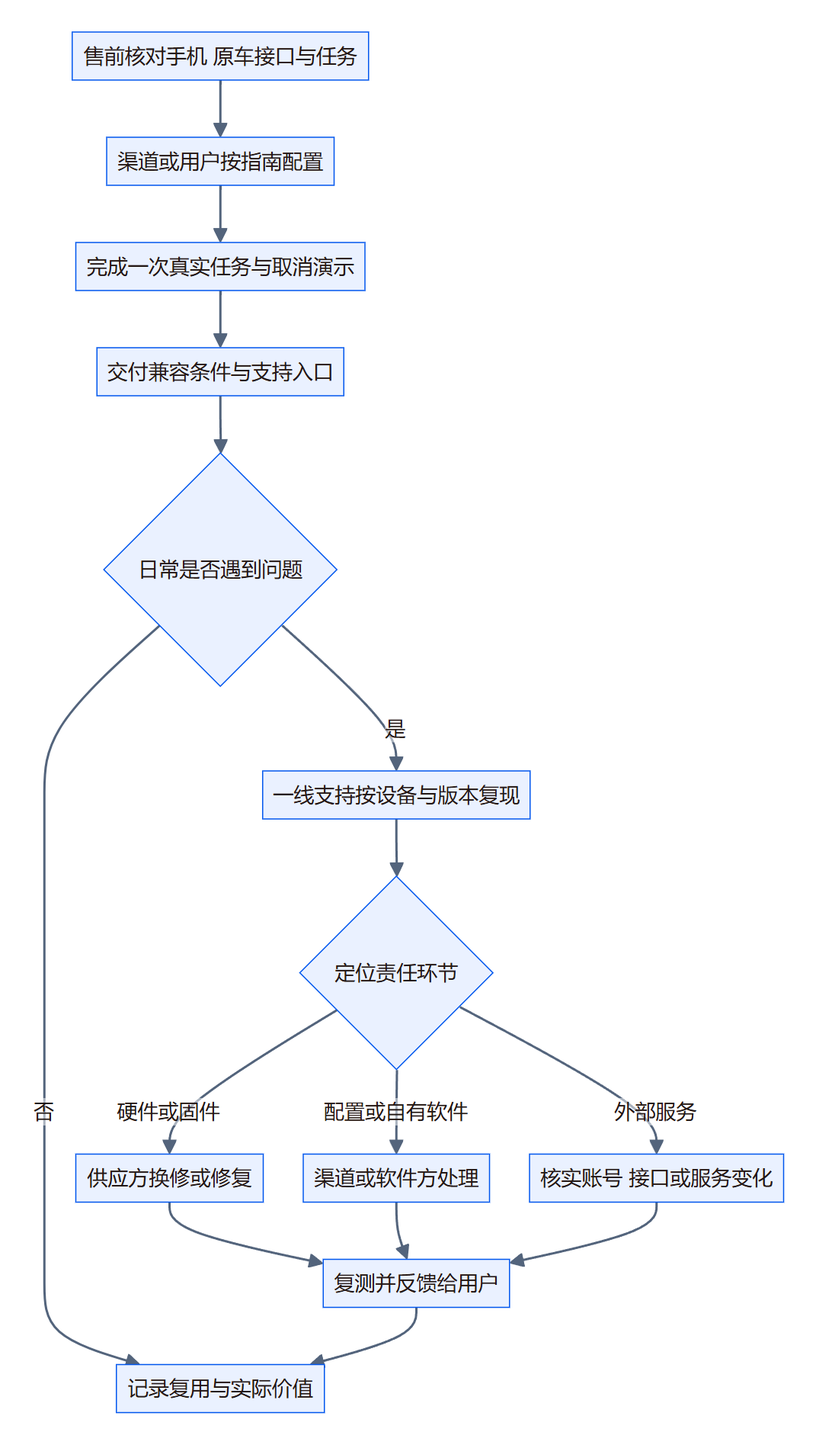
Earlier version of the Mermaid export dist/diagrams/fig-08.png (DreamSoul-AI/in-vehicle-ai-research). Its source is kept beside it as dist/diagrams/fig-08.mmd. Its diagram source:
```mermaid
flowchart TD
  A[售前核对手机 原车接口与任务] --> B[渠道或用户按指南配置]
  B --> C[完成一次真实任务与取消演示]
  C --> D[交付兼容条件与支持入口]
  D --> E{日常是否遇到问题}
  E -->|否| F[记录复用与实际价值]
  E -->|是| G[一线支持按设备与版本复现]
  G --> H{定位责任环节}
  H -->|硬件或固件| I[供应方换修或修复]
  H -->|配置或自有软件| J[渠道或软件方处理]
  H -->|外部服务| K[核实账号 接口或服务变化]
  I --> L[复测并反馈给用户]
  J --> L
  K --> L
  L --> F
```
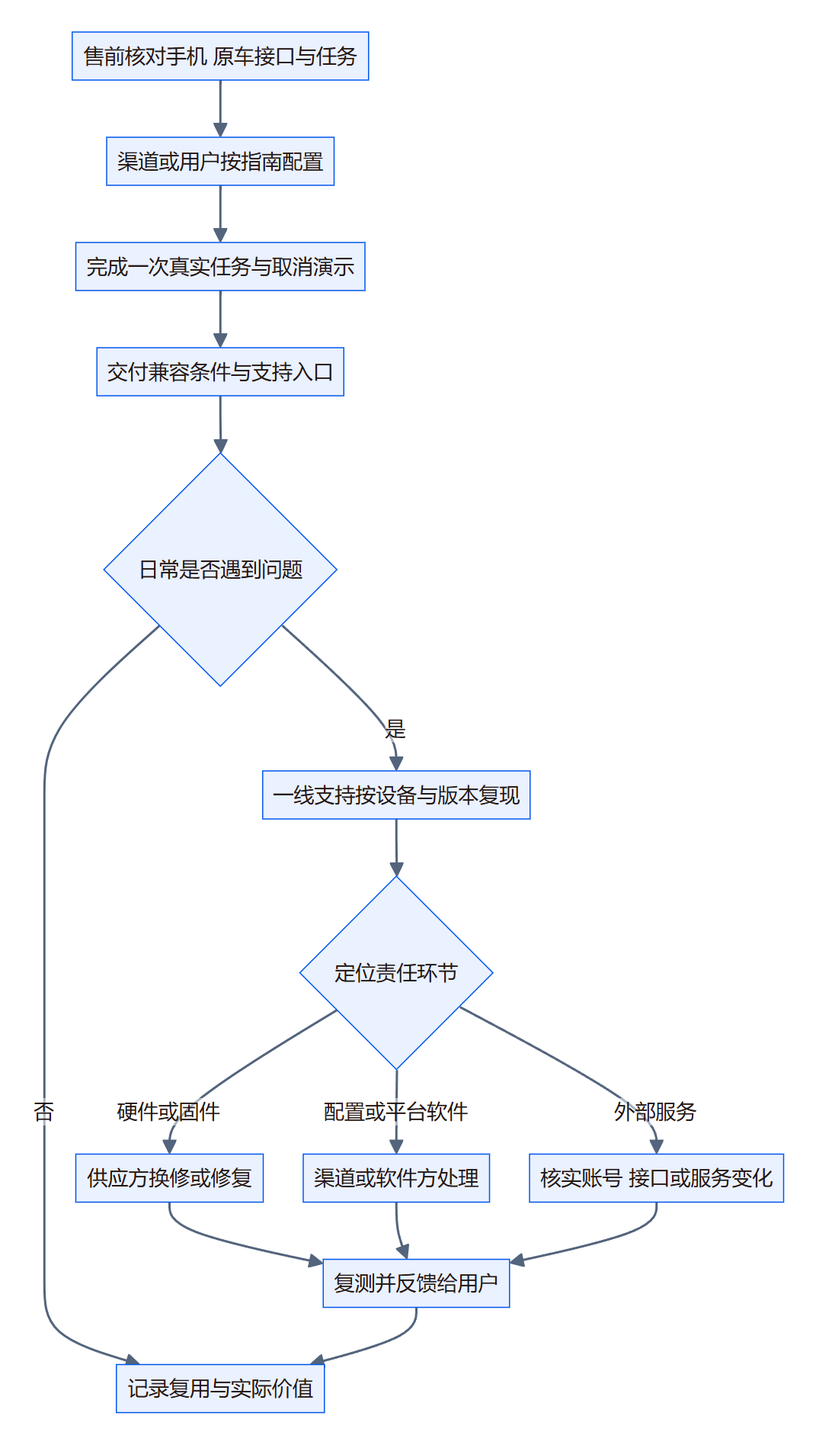
Above is the later version.

Diff of the diagram source:
```diff
@@ -7,7 +7,7 @@
   E -->|是| G[一线支持按设备与版本复现]
   G --> H{定位责任环节}
   H -->|硬件或固件| I[供应方换修或修复]
-  H -->|配置或自有软件| J[渠道或软件方处理]
+  H -->|配置或平台软件| J[渠道或软件方处理]
   H -->|外部服务| K[核实账号 接口或服务变化]
   I --> L[复测并反馈给用户]
   J --> L
```
